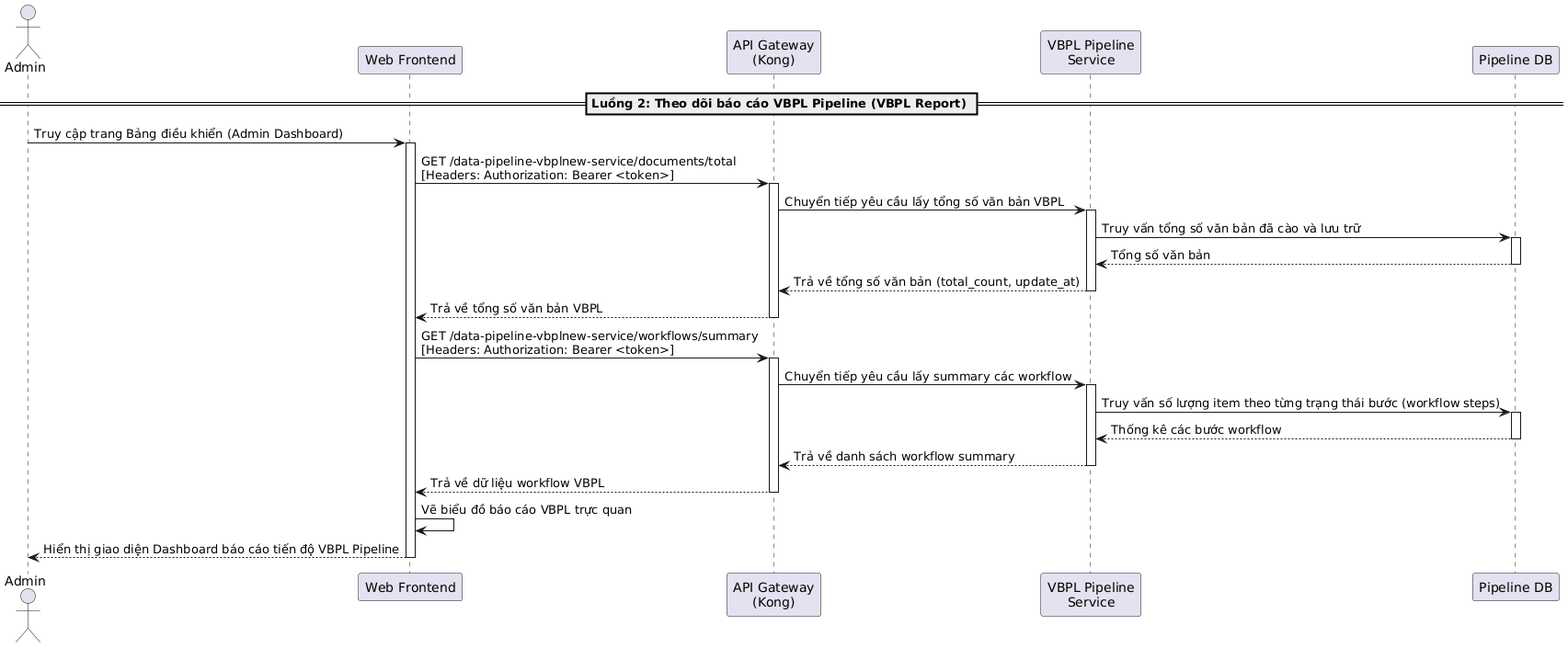
20206205Tech/docs-uml keeps this PlantUML diagram as temp/05-sequence/UML-Sequence-27.png. Above is the earlier version.
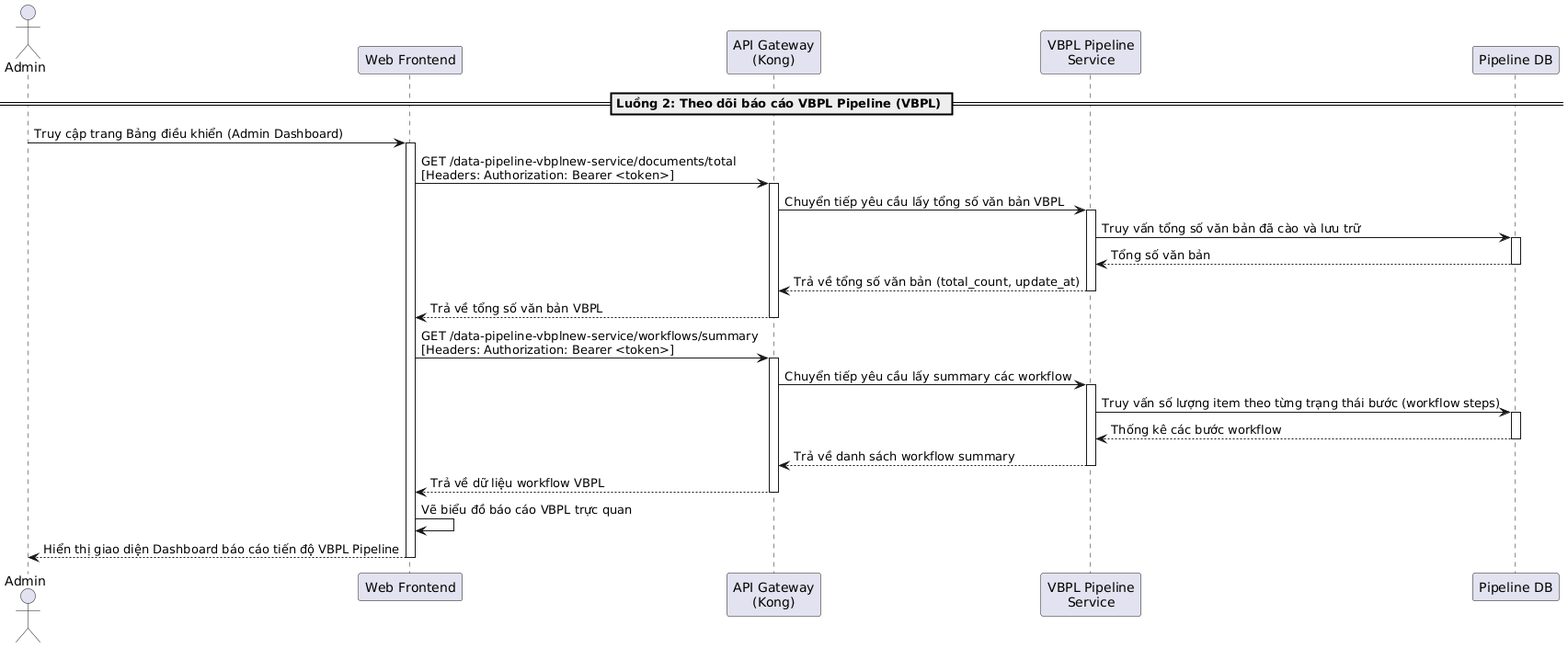
The same diagram one commit later.

Diff of the diagram source:
```diff
@@ -5,7 +5,7 @@
 participant "VBPL Pipeline\nService" as VbplService
 participant "Pipeline DB" as DB
 
-== Luồng 2: Theo dõi báo cáo VBPL Pipeline (VBPL Report) ==
+== Luồng 2: Theo dõi báo cáo VBPL Pipeline (VBPL) ==
 Admin -> Frontend: Truy cập trang Bảng điều khiển (Admin Dashboard)
 activate Frontend
 
```
